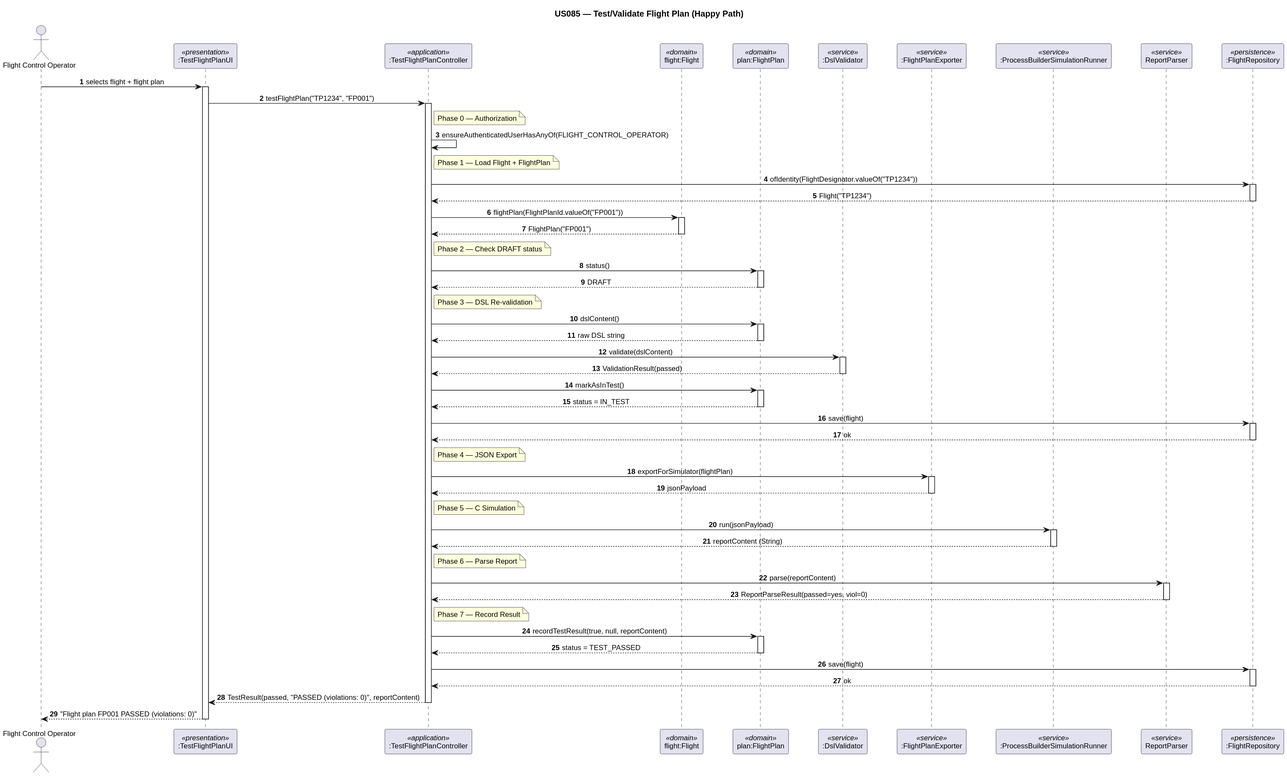
Earlier version of the PlantUML export docs/Sprint3/EAPLI/us_085/sd_us085_test_flight_plan.svg (1240826/aisafe-flight-control).
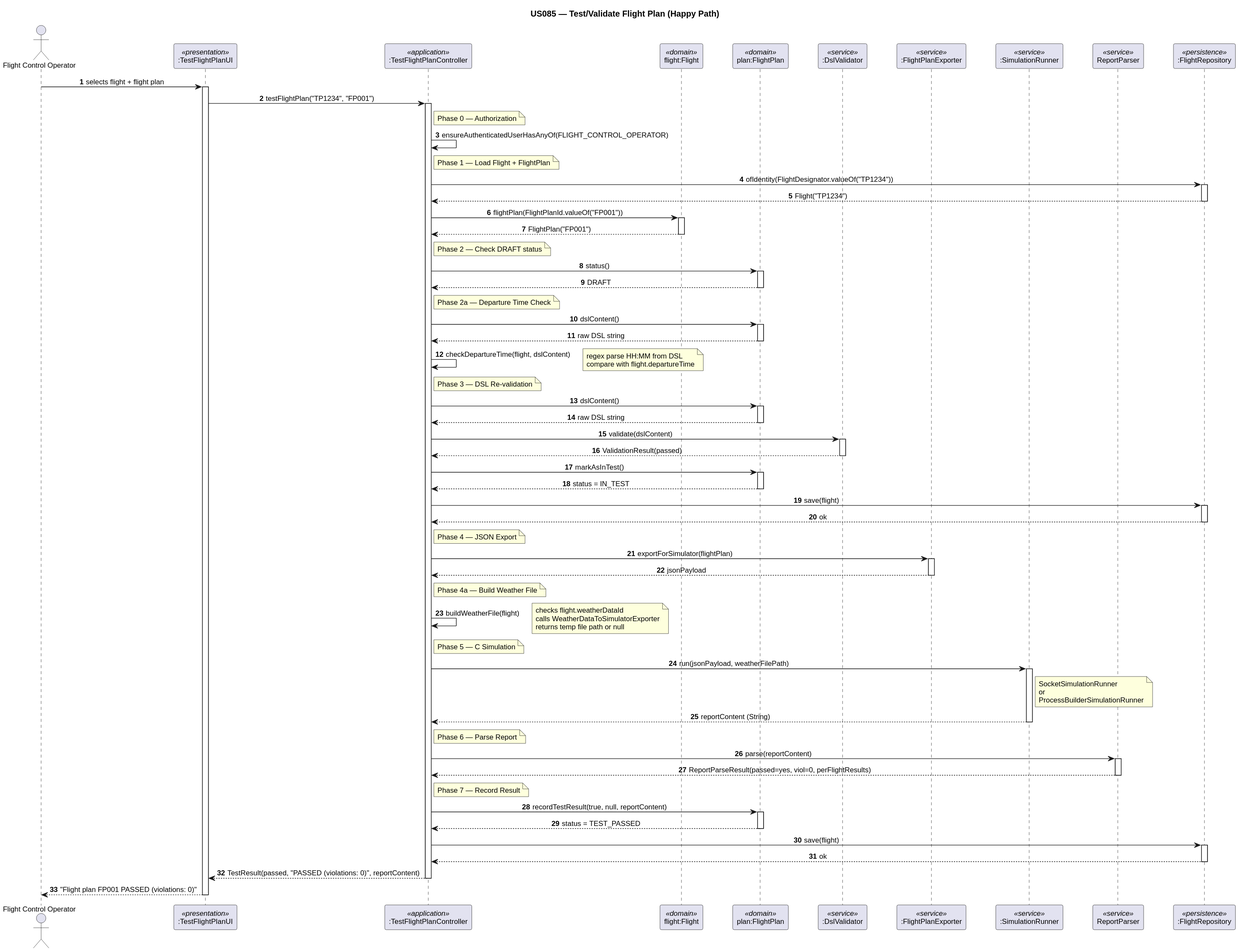
After the change.

The edit, as a diff of the source:
```diff
@@ -1,5 +1,4 @@
 @startuml
-skinparamlocked defaultFontSize 12
 title US085 — Test/Validate Flight Plan (Happy Path)
 
 skinparam sequenceMessageAlign center
@@ -16,7 +15,7 @@
 participant "plan:FlightPlan"                  as plan        <<domain>>
 participant ":DslValidator"                    as dsl         <<service>>
 participant ":FlightPlanExporter"              as exporter    <<service>>
-participant ":ProcessBuilderSimulationRunner"  as runner      <<service>>
+participant ":SimulationRunner"                as runner      <<service>>
 participant "ReportParser"                     as parser      <<service>>
 participant ":FlightRepository"                as repo        <<persistence>>
 
@@ -44,6 +43,14 @@
 plan --> ctrl : DRAFT
 deactivate plan
 
+note right of ctrl : Phase 2a — Departure Time Check
+ctrl -> plan : dslContent()
+activate plan
+plan --> ctrl : raw DSL string
+deactivate plan
+ctrl -> ctrl : checkDepartureTime(flight, dslContent)
+note right : regex parse HH:MM from DSL\ncompare with flight.departureTime
+
 note right of ctrl : Phase 3 — DSL Re-validation
 ctrl -> plan : dslContent()
 activate plan
@@ -69,16 +76,21 @@
 exporter --> ctrl : jsonPayload
 deactivate exporter
 
+note right of ctrl : Phase 4a — Build Weather File
+ctrl -> ctrl : buildWeatherFile(flight)
+note right : checks flight.weatherDataId\ncalls WeatherDataToSimulatorExporter\nreturns temp file path or null
+
 note right of ctrl : Phase 5 — C Simulation
-ctrl -> runner : run(jsonPayload)
+ctrl -> runner : run(jsonPayload, weatherFilePath)
 activate runner
+note right of runner : SocketSimulationRunner\nor\nProcessBuilderSimulationRunner
 runner --> ctrl : reportContent (String)
 deactivate runner
 
 note right of ctrl : Phase 6 — Parse Report
 ctrl -> parser : parse(reportContent)
 activate parser
-parser --> ctrl : ReportParseResult(passed=yes, viol=0)
+parser --> ctrl : ReportParseResult(passed=yes, viol=0, perFlightResults)
 deactivate parser
 
 note right of ctrl : Phase 7 — Record Result
```
